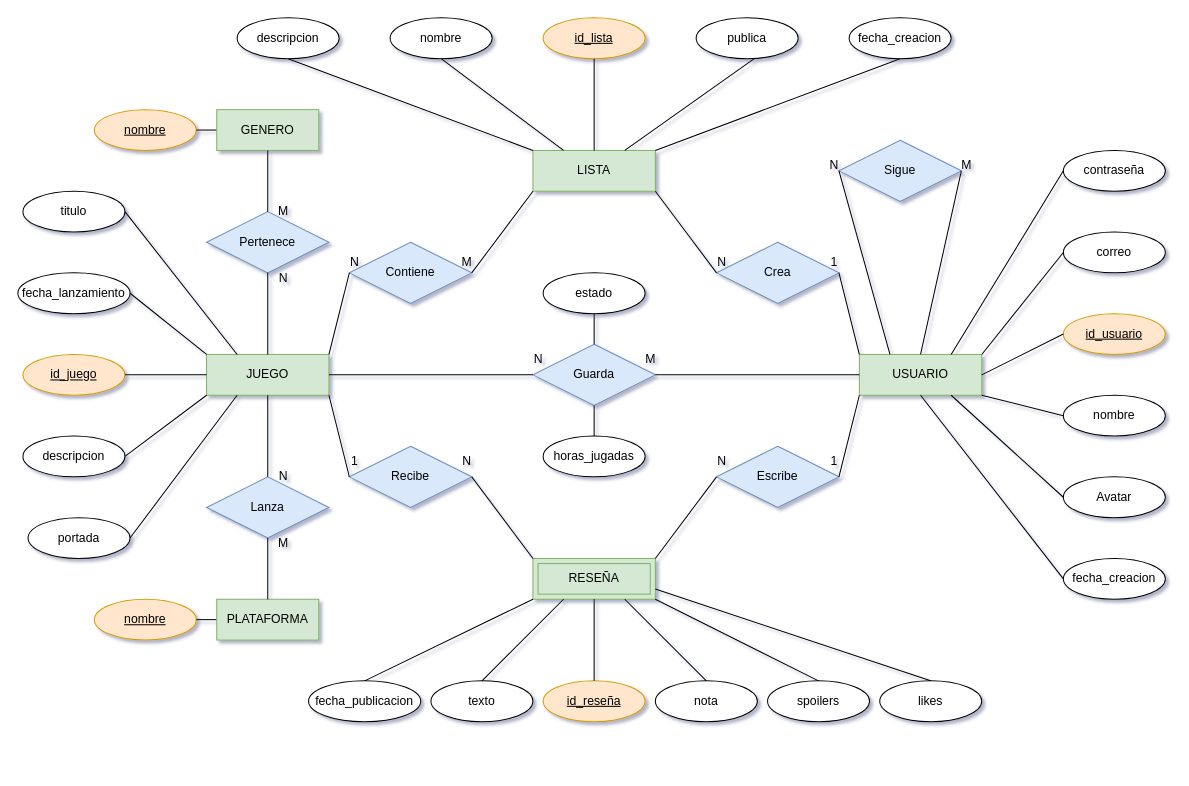
This is docs/diagramaBBDD_v1.drawio from rodriss11sr/MemoryCard, a draw.io file, before an edit. Source tidied: cells renumbered, new cells numbered last; positions are measured from the earlier drawing's top-left corner, leaving out a move shared by most shapes. Both pictures are drawn from the tidied source at 102%, with x=0, y=0 at pixel (17, 17).
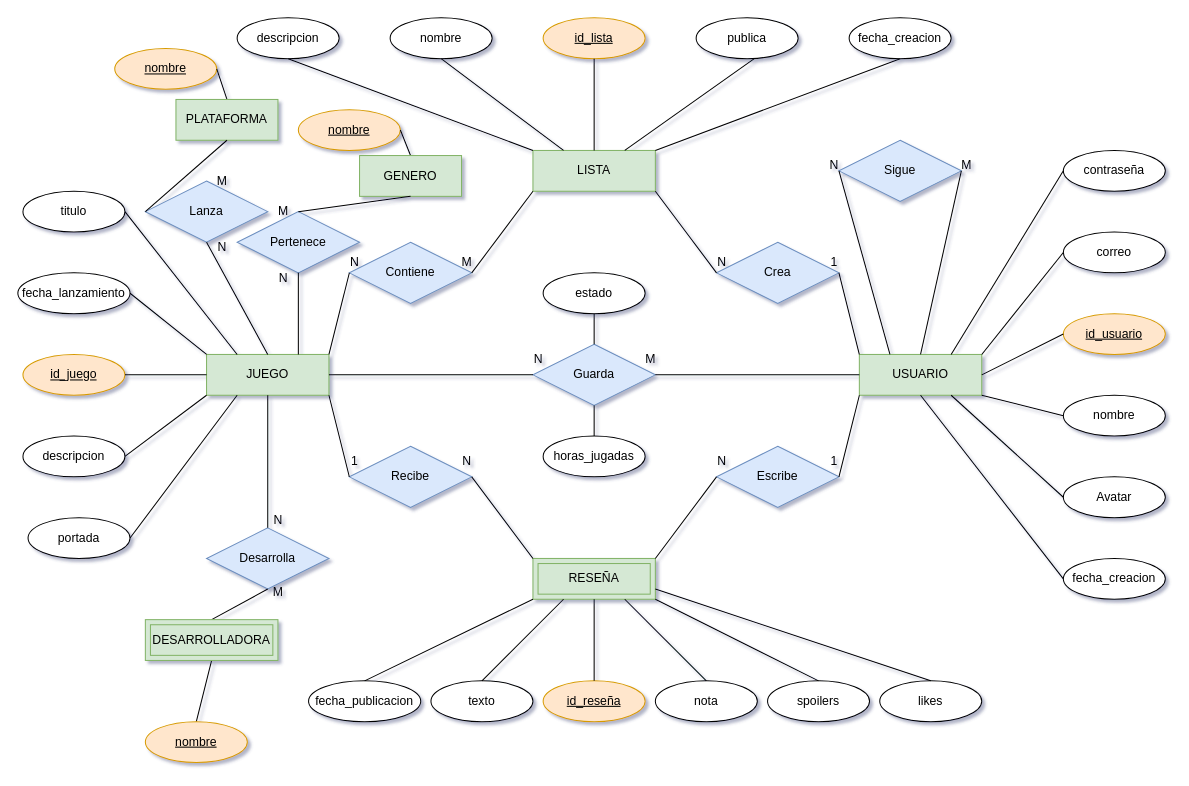
Above is the later version.

The change refers to these unchanged cells:
```xml
<mxCell id="3" value="JUEGO" style="whiteSpace=wrap;html=1;align=center;fillColor=#d5e8d4;strokeColor=#82b366;" parent="1" vertex="1">
  <mxGeometry x="185" y="330" width="120" height="40" as="geometry" />
</mxCell>
```

Diff of the diagram source:
```diff
@@
     <mxCell id="20" value="nombre" style="ellipse;whiteSpace=wrap;html=1;align=center;fontStyle=4;fillColor=#ffe6cc;strokeColor=#d79b00;" parent="1" vertex="1">
-      <mxGeometry x="75" y="570" width="100" height="40" as="geometry" />
+      <mxGeometry x="95" y="30" width="100" height="40" as="geometry" />
     </mxCell>
-    <mxCell id="21" style="endArrow=none;html=1;rounded=0;exitX=0;exitY=0.5;exitDx=0;exitDy=0;entryX=1;entryY=0.5;entryDx=0;entryDy=0;" parent="1" edge="1" source="29" target="20">
+    <mxCell id="21" style="endArrow=none;html=1;rounded=0;exitX=0.5;exitY=0;exitDx=0;exitDy=0;entryX=1;entryY=0.5;entryDx=0;entryDy=0;" parent="1" edge="1" source="29" target="20">
       <mxGeometry relative="1" as="geometry" />
     </mxCell>
     <mxCell id="22" value="nombre" style="ellipse;whiteSpace=wrap;html=1;align=center;fontStyle=4;fillColor=#ffe6cc;strokeColor=#d79b00;" parent="1" vertex="1">
-      <mxGeometry x="75" y="90" width="100" height="40" as="geometry" />
+      <mxGeometry x="275" y="90" width="100" height="40" as="geometry" />
     </mxCell>
-    <mxCell id="23" style="endArrow=none;html=1;rounded=0;entryX=1;entryY=0.5;entryDx=0;entryDy=0;exitX=0;exitY=0.5;exitDx=0;exitDy=0;" parent="1" edge="1" source="30" target="22">
+    <mxCell id="23" style="endArrow=none;html=1;rounded=0;entryX=1;entryY=0.5;entryDx=0;entryDy=0;exitX=0.5;exitY=0;exitDx=0;exitDy=0;" parent="1" edge="1" source="30" target="22">
       <mxGeometry relative="1" as="geometry" />
     </mxCell>
@@
     <mxCell id="29" value="&lt;span style=&quot;color: rgb(0, 0, 0);&quot;&gt;PLATAFORMA&lt;/span&gt;" style="whiteSpace=wrap;html=1;align=center;fillColor=#d5e8d4;strokeColor=#82b366;" parent="1" vertex="1">
-      <mxGeometry x="195" y="570" width="100" height="40" as="geometry" />
+      <mxGeometry x="155" y="80" width="100" height="40" as="geometry" />
     </mxCell>
     <mxCell id="30" value="&lt;span style=&quot;color: rgb(0, 0, 0);&quot;&gt;GENERO&lt;/span&gt;" style="whiteSpace=wrap;html=1;align=center;fillColor=#d5e8d4;strokeColor=#82b366;" parent="1" vertex="1">
-      <mxGeometry x="195" y="90" width="100" height="40" as="geometry" />
+      <mxGeometry x="335" y="135" width="100" height="40" as="geometry" />
     </mxCell>
@@
     <mxCell id="85" value="Lanza" style="shape=rhombus;perimeter=rhombusPerimeter;whiteSpace=wrap;html=1;align=center;fillColor=#dae8fc;strokeColor=#6c8ebf;" parent="1" vertex="1">
-      <mxGeometry x="185" y="450" width="120" height="60" as="geometry" />
+      <mxGeometry x="125" y="160" width="120" height="60" as="geometry" />
     </mxCell>
-    <mxCell id="86" style="endArrow=none;html=1;rounded=0;exitX=0.5;exitY=1;exitDx=0;exitDy=0;entryX=0.5;entryY=0;entryDx=0;entryDy=0;" parent="1" edge="1" source="3" target="85">
+    <mxCell id="86" style="endArrow=none;html=1;rounded=0;exitX=0.5;exitY=0;exitDx=0;exitDy=0;entryX=0.5;entryY=1;entryDx=0;entryDy=0;" parent="1" edge="1" source="3" target="85">
       <mxGeometry relative="1" as="geometry" />
     </mxCell>
-    <mxCell id="87" style="endArrow=none;html=1;rounded=0;exitX=0.5;exitY=0;exitDx=0;exitDy=0;entryX=0.5;entryY=1;entryDx=0;entryDy=0;" parent="1" edge="1" source="29" target="85">
+    <mxCell id="87" style="endArrow=none;html=1;rounded=0;exitX=0.5;exitY=1;exitDx=0;exitDy=0;entryX=0;entryY=0.5;entryDx=0;entryDy=0;" parent="1" edge="1" source="29" target="85">
       <mxGeometry relative="1" as="geometry" />
     </mxCell>
     <mxCell id="88" value="M" style="text;html=1;align=center;verticalAlign=middle;strokeColor=none;fillColor=none;" parent="1" vertex="1">
-      <mxGeometry x="245" y="500" width="30" height="30" as="geometry" />
+      <mxGeometry x="185" y="145" width="30" height="30" as="geometry" />
     </mxCell>
     <mxCell id="89" value="N" style="text;html=1;align=center;verticalAlign=middle;strokeColor=none;fillColor=none;" parent="1" vertex="1">
-      <mxGeometry x="245" y="435" width="30" height="30" as="geometry" />
+      <mxGeometry x="185" y="210" width="30" height="30" as="geometry" />
     </mxCell>
     <mxCell id="90" value="Pertenece" style="shape=rhombus;perimeter=rhombusPerimeter;whiteSpace=wrap;html=1;align=center;fillColor=#dae8fc;strokeColor=#6c8ebf;" parent="1" vertex="1">
-      <mxGeometry x="185" y="190" width="120" height="60" as="geometry" />
+      <mxGeometry x="215" y="190" width="120" height="60" as="geometry" />
     </mxCell>
-    <mxCell id="91" style="endArrow=none;html=1;rounded=0;exitX=0.5;exitY=1;exitDx=0;exitDy=0;entryX=0.5;entryY=0;entryDx=0;entryDy=0;" parent="1" edge="1" source="90" target="3">
+    <mxCell id="91" style="endArrow=none;html=1;rounded=0;exitX=0.5;exitY=1;exitDx=0;exitDy=0;entryX=0.75;entryY=0;entryDx=0;entryDy=0;" parent="1" edge="1" source="90" target="3">
       <mxGeometry relative="1" as="geometry" />
     </mxCell>
@@
+    <mxCell id="100" value="Desarrolla" style="shape=rhombus;perimeter=rhombusPerimeter;whiteSpace=wrap;html=1;align=center;fillColor=#dae8fc;strokeColor=#6c8ebf;" parent="1" vertex="1">
+      <mxGeometry x="185" y="500" width="120" height="60" as="geometry" />
+    </mxCell>
+    <mxCell id="101" style="endArrow=none;html=1;rounded=0;entryX=0.5;entryY=0;entryDx=0;entryDy=0;exitX=0.5;exitY=1;exitDx=0;exitDy=0;" parent="1" edge="1" source="3" target="100">
+      <mxGeometry relative="1" as="geometry" />
+    </mxCell>
+    <mxCell id="102" style="endArrow=none;html=1;rounded=0;exitX=0.5;exitY=1;exitDx=0;exitDy=0;entryX=0.5;entryY=0;entryDx=0;entryDy=0;" parent="1" edge="1" source="100" target="104">
+      <mxGeometry relative="1" as="geometry" />
+    </mxCell>
+    <mxCell id="103" style="endArrow=none;html=1;rounded=0;entryX=0.5;entryY=0;entryDx=0;entryDy=0;exitX=0.5;exitY=1;exitDx=0;exitDy=0;" parent="1" edge="1" source="104" target="107">
+      <mxGeometry relative="1" as="geometry" />
+    </mxCell>
+    <mxCell id="104" value="DESARROLLADORA" style="shape=ext;margin=3;double=1;whiteSpace=wrap;html=1;align=center;fillColor=#d5e8d4;strokeColor=#82b366;" parent="1" vertex="1">
+      <mxGeometry x="125" y="590" width="130" height="40" as="geometry" />
+    </mxCell>
+    <mxCell id="105" value="N" style="text;html=1;align=center;verticalAlign=middle;strokeColor=none;fillColor=none;" parent="1" vertex="1">
+      <mxGeometry x="240" y="478" width="30" height="30" as="geometry" />
+    </mxCell>
+    <mxCell id="106" value="M" style="text;html=1;align=center;verticalAlign=middle;strokeColor=none;fillColor=none;" parent="1" vertex="1">
+      <mxGeometry x="240" y="548" width="30" height="30" as="geometry" />
+    </mxCell>
+    <mxCell id="107" value="nombre" style="ellipse;whiteSpace=wrap;html=1;align=center;fontStyle=4;fillColor=#ffe6cc;strokeColor=#d79b00;" parent="1" vertex="1">
+      <mxGeometry x="125" y="690" width="100" height="40" as="geometry" />
+    </mxCell>
```
